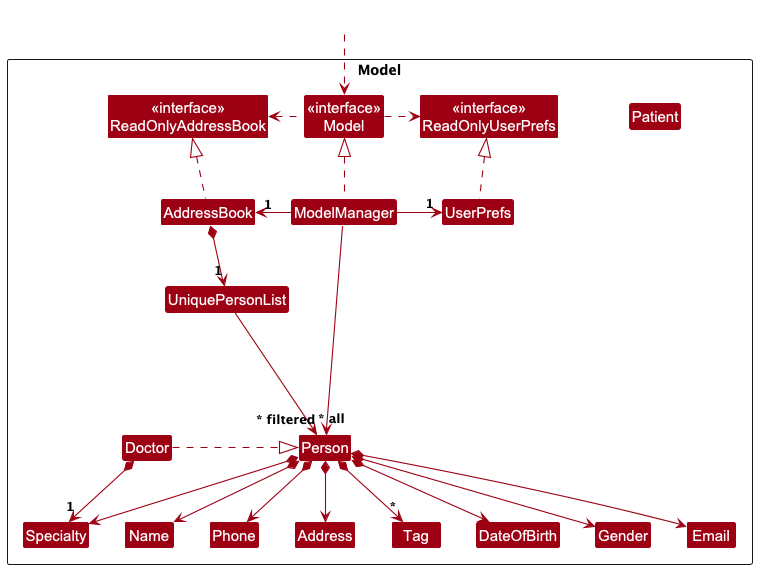
Before: docs/images/ModelClassDiagram.png, a diagram exported from PlantUML (nus-cs2103-AY2425S1/tp).
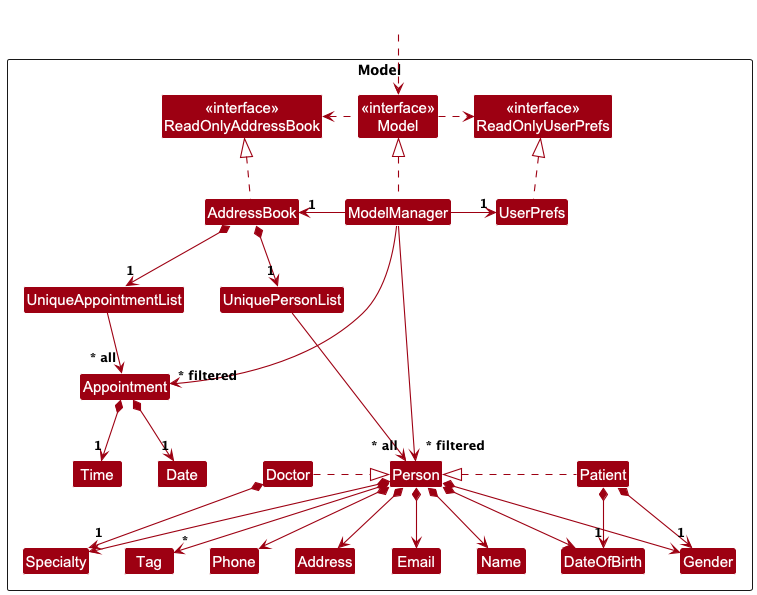
After the change.

Commit message:
Update class diagram for Model component

What changed in the source:
```diff
@@ -13,6 +13,8 @@
     Class UserPrefs
 
     Class UniquePersonList
+
+    Class UniqueAppointmentList
 
     Class Person {
         - Name name
@@ -30,7 +32,14 @@
     Class Patient {
             - Gender gender
             - DateOfBirth dateofbirth
-            + Doctor(Name, Phone, Email, Address, Specialty, Set<Tag>)
+            + Patient(Name, Phone, Email, Address, Gender, DateOfBirth, Set<Tag>)
+    }
+
+    Class Appointment {
+            - Doctor doctor
+            - Patient patient
+            - Date date
+            - Time time
     }
 
     Class Address
@@ -41,6 +50,9 @@
     Class Specialty
     Class DateOfBirth
     Class Gender
+
+    Class Date
+    Class Time
 
     Class I #FFFFFF
 }
@@ -68,8 +80,17 @@
 Person *--> Specialty
 Person *--> Gender
 
+AddressBook *--> "1" UniqueAppointmentList
+UniqueAppointmentList --> "~* all" Appointment
+Appointment *--> "1" Date
+Appointment *--> "1" Time
+
 Doctor .right.|> Person
 Doctor *--> "1" Specialty
+
+Patient .left.|> Person
+Patient *--> "1" DateOfBirth
+Patient *--> "1" Gender
 
 Person -[hidden]up--> I
 UniquePersonList -[hidden]right-> I
@@ -79,4 +100,5 @@
 Address -[hidden]right-> Email
 
 ModelManager --> "~* filtered" Person
+ModelManager --> "~* filtered" Appointment
 @enduml
```
